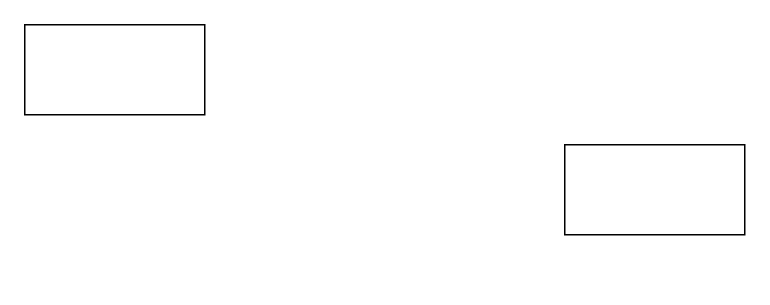
SrGesus/bd-projects-23 keeps this draw.io diagram as p01/EA-Diagram.drawio. Above is the earlier version. Source tidied: cells renumbered, new cells numbered last; positions are measured from the earlier drawing's top-left corner, leaving out a move shared by most shapes. Both pictures are drawn from the tidied source at 150%, with x=0, y=0 at pixel (24, 24).
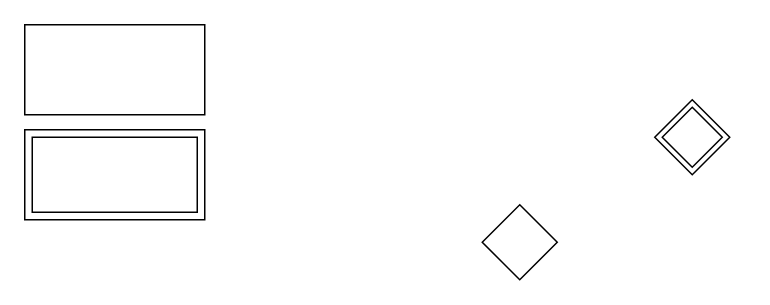
The same diagram, later.

Diff of the diagram source:
```diff
@@
 <mxGraphModel>
   <root>
     <mxCell id="0" />
     <mxCell id="1" parent="0" />
     <mxCell id="2" style="whiteSpace=wrap;html=1;" parent="1" vertex="1">
       <mxGeometry width="120" height="60" as="geometry" />
     </mxCell>
+    <mxCell id="4" style="group;" parent="1" vertex="1">
+      <mxGeometry y="70" width="120" height="60" as="geometry" />
+    </mxCell>
-    <mxCell id="3" style="rounded=0;whiteSpace=wrap;html=1;" parent="1" vertex="1">
-      <mxGeometry x="360" y="80" width="120" height="60" as="geometry" />
+    <mxCell id="3" style="rounded=0;whiteSpace=wrap;html=1;strokeColor=default;shadow=0;" parent="4" vertex="1">
+      <mxGeometry width="120" height="60" as="geometry" />
     </mxCell>
+    <mxCell id="5" style="rounded=0;whiteSpace=wrap;html=1;" parent="4" vertex="1">
+      <mxGeometry x="5" y="5" width="110" height="50" as="geometry" />
+    </mxCell>
+    <mxCell id="6" style="rhombus;whiteSpace=wrap;html=1;" parent="1" vertex="1">
+      <mxGeometry x="305" y="120" width="50" height="50" as="geometry" />
+    </mxCell>
+    <mxCell id="7" style="group;" parent="1" vertex="1">
+      <mxGeometry x="420" y="50" width="50" height="50" as="geometry" />
+    </mxCell>
+    <mxCell id="8" style="rhombus;whiteSpace=wrap;html=1;" parent="7" vertex="1">
+      <mxGeometry width="50" height="50" as="geometry" />
+    </mxCell>
+    <mxCell id="9" style="rhombus;whiteSpace=wrap;html=1;" parent="7" vertex="1">
+      <mxGeometry x="5" y="5" width="40" height="40" as="geometry" />
+    </mxCell>
   </root>
 </mxGraphModel>
```
